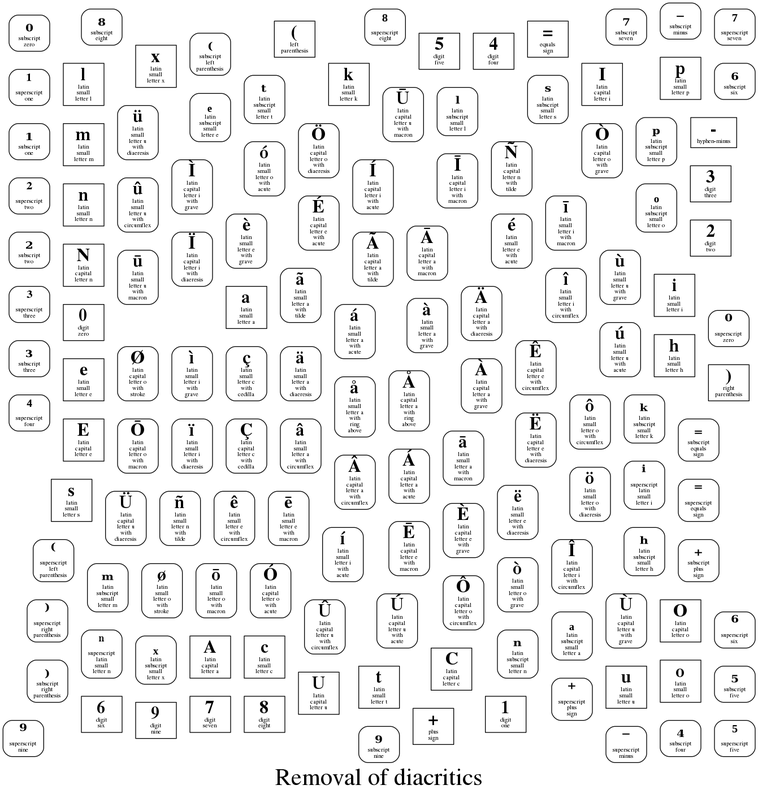
Above: diacritic-removal.png in OpenTaal/diacritic-removal (Graphviz), before the change. Its source is kept beside it as diacritic-removal.gv. Source of this version:
```dot
digraph G {
layout="twopi"
ranksep=1.5
fontsize=32
label="Removal of diacritics"
labelloc="c"
node [shape="box" fontsize=24 ]
"a" [label=<<b>a</b><br/><font point-size="8">latin<br/>small<br/>letter a</font>> ]
"A" [label=<<b>A</b><br/><font point-size="8">latin<br/>capital<br/>letter a</font>> ]
"c" [label=<<b>c</b><br/><font point-size="8">latin<br/>small<br/>letter c</font>> ]
"C" [label=<<b>C</b><br/><font point-size="8">latin<br/>capital<br/>letter c</font>> ]
"e" [label=<<b>e</b><br/><font point-size="8">latin<br/>small<br/>letter e</font>> ]
"E" [label=<<b>E</b><br/><font point-size="8">latin<br/>capital<br/>letter e</font>> ]
"h" [label=<<b>h</b><br/><font point-size="8">latin<br/>small<br/>letter h</font>> ]
"i" [label=<<b>i</b><br/><font point-size="8">latin<br/>small<br/>letter i</font>> ]
"I" [label=<<b>I</b><br/><font point-size="8">latin<br/>capital<br/>letter i</font>> ]
"k" [label=<<b>k</b><br/><font point-size="8">latin<br/>small<br/>letter k</font>> ]
"l" [label=<<b>l</b><br/><font point-size="8">latin<br/>small<br/>letter l</font>> ]
"m" [label=<<b>m</b><br/><font point-size="8">latin<br/>small<br/>letter m</font>> ]
"n" [label=<<b>n</b><br/><font point-size="8">latin<br/>small<br/>letter n</font>> ]
"N" [label=<<b>N</b><br/><font point-size="8">latin<br/>capital<br/>letter n</font>> ]
"o" [label=<<b>o</b><br/><font point-size="8">latin<br/>small<br/>letter o</font>> ]
"O" [label=<<b>O</b><br/><font point-size="8">latin<br/>capital<br/>letter o</font>> ]
"p" [label=<<b>p</b><br/><font point-size="8">latin<br/>small<br/>letter p</font>> ]
"s" [label=<<b>s</b><br/><font point-size="8">latin<br/>small<br/>letter s</font>> ]
"t" [label=<<b>t</b><br/><font point-size="8">latin<br/>small<br/>letter t</font>> ]
"u" [label=<<b>u</b><br/><font point-size="8">latin<br/>small<br/>letter u</font>> ]
"U" [label=<<b>U</b><br/><font point-size="8">latin<br/>capital<br/>letter u</font>> ]
"x" [label=<<b>x</b><br/><font point-size="8">latin<br/>small<br/>letter x</font>> ]
"0" [label=<<b>0</b><br/><font point-size="8">digit<br/>zero</font>> ]
"1" [label=<<b>1</b><br/><font point-size="8">digit<br/>one</font>> ]
"2" [label=<<b>2</b><br/><font point-size="8">digit<br/>two</font>> ]
"3" [label=<<b>3</b><br/><font point-size="8">digit<br/>three</font>> ]
"4" [label=<<b>4</b><br/><font point-size="8">digit<br/>four</font>> ]
"5" [label=<<b>5</b><br/><font point-size="8">digit<br/>five</font>> ]
"6" [label=<<b>6</b><br/><font point-size="8">digit<br/>six</font>> ]
"7" [label=<<b>7</b><br/><font point-size="8">digit<br/>seven</font>> ]
"8" [label=<<b>8</b><br/><font point-size="8">digit<br/>eight</font>> ]
"9" [label=<<b>9</b><br/><font point-size="8">digit<br/>nine</font>> ]
"+" [label=<<b>+</b><br/><font point-size="8">plus<br/>sign</font>> ]
"-" [label=<<b>-</b><br/><font point-size="8">hyphen-minus</font>> ]
"=" [label=<<b>=</b><br/><font point-size="8">equals<br/>sign</font>> ]
"(" [label=<<b>(</b><br/><font point-size="8">left<br/>parenthesis</font>> ]
")" [label=<<b>)</b><br/><font point-size="8">right<br/>parenthesis</font>> ]
node [style="rounded" ]
"ₐ" [label=<<b>ₐ</b><br/><font point-size="8">latin<br/>subscript<br/>small<br/>letter a</font>> ]
"á" [label=<<b>á</b><br/><font point-size="8">latin<br/>small<br/>letter a<br/>with<br/>acute</font>> ]
"à" [label=<<b>à</b><br/><font point-size="8">latin<br/>small<br/>letter a<br/>with<br/>grave</font>> ]
"ä" [label=<<b>ä</b><br/><font point-size="8">latin<br/>small<br/>letter a<br/>with<br/>diaeresis</font>> ]
"â" [label=<<b>â</b><br/><font point-size="8">latin<br/>small<br/>letter a<br/>with<br/>circumflex</font>> ]
"å" [label=<<b>å</b><br/><font point-size="8">latin<br/>small<br/>letter a<br/>with<br/>ring<br/>above</font>> ]
"ã" [label=<<b>ã</b><br/><font point-size="8">latin<br/>small<br/>letter a<br/>with<br/>tilde</font>> ]
"ā" [label=<<b>ā</b><br/><font point-size="8">latin<br/>small<br/>letter a<br/>with<br/>macron</font>> ]
"Á" [label=<<b>Á</b><br/><font point-size="8">latin<br/>capital<br/>letter a<br/>with<br/>acute</font>> ]
"À" [label=<<b>À</b><br/><font point-size="8">latin<br/>capital<br/>letter a<br/>with<br/>grave</font>> ]
"Ä" [label=<<b>Ä</b><br/><font point-size="8">latin<br/>capital<br/>letter a<br/>with<br/>diaeresis</font>> ]
"Â" [label=<<b>Â</b><br/><font point-size="8">latin<br/>capital<br/>letter a<br/>with<br/>circumflex</font>> ]
"Å" [label=<<b>Å</b><br/><font point-size="8">latin<br/>capital<br/>letter a<br/>with<br/>ring<br/>above</font>> ]
"Ã" [label=<<b>Ã</b><br/><font point-size="8">latin<br/>capital<br/>letter a<br/>with<br/>tilde</font>> ]
"Ā" [label=<<b>Ā</b><br/><font point-size="8">latin<br/>capital<br/>letter a<br/>with<br/>macron</font>> ]
"ç" [label=<<b>ç</b><br/><font point-size="8">latin<br/>small<br/>letter c<br/>with<br/>cedilla</font>> ]
"Ç" [label=<<b>Ç</b><br/><font point-size="8">latin<br/>capital<br/>letter c<br/>with<br/>cedilla</font>> ]
"ₑ" [label=<<b>ₑ</b><br/><font point-size="8">latin<br/>subscript<br/>small<br/>letter e</font>> ]
"é" [label=<<b>é</b><br/><font point-size="8">latin<br/>small<br/>letter e<br/>with<br/>acute</font>> ]
"è" [label=<<b>è</b><br/><font point-size="8">latin<br/>small<br/>letter e<br/>with<br/>grave</font>> ]
"ë" [label=<<b>ë</b><br/><font point-size="8">latin<br/>small<br/>letter e<br/>with<br/>diaeresis</font>> ]
"ê" [label=<<b>ê</b><br/><font point-size="8">latin<br/>small<br/>letter e<br/>with<br/>circumflex</font>> ]
"ē" [label=<<b>ē</b><br/><font point-size="8">latin<br/>small<br/>letter e<br/>with<br/>macron</font>> ]
"É" [label=<<b>É</b><br/><font point-size="8">latin<br/>capital<br/>letter e<br/>with<br/>acute</font>> ]
"È" [label=<<b>È</b><br/><font point-size="8">latin<br/>capital<br/>letter e<br/>with<br/>grave</font>> ]
"Ë" [label=<<b>Ë</b><br/><font point-size="8">latin<br/>capital<br/>letter e<br/>with<br/>diaeresis</font>> ]
"Ê" [label=<<b>Ê</b><br/><font point-size="8">latin<br/>capital<br/>letter e<br/>with<br/>circumflex</font>> ]
"Ē" [label=<<b>Ē</b><br/><font point-size="8">latin<br/>capital<br/>letter e<br/>with<br/>macron</font>> ]
"ₕ" [label=<<b>ₕ</b><br/><font point-size="8">latin<br/>subscript<br/>small<br/>letter h</font>> ]
"ⁱ" [label=<<b>ⁱ</b><br/><font point-size="8">superscript<br/>latin<br/>small<br/>letter i</font>> ]
"í" [label=<<b>í</b><br/><font point-size="8">latin<br/>small<br/>letter i<br/>with<br/>acute</font>> ]
"ì" [label=<<b>ì</b><br/><font point-size="8">latin<br/>small<br/>letter i<br/>with<br/>grave</font>> ]
"ï" [label=<<b>ï</b><br/><font point-size="8">latin<br/>small<br/>letter i<br/>with<br/>diaeresis</font>> ]
"î" [label=<<b>î</b><br/><font point-size="8">latin<br/>small<br/>letter i<br/>with<br/>circumflex</font>> ]
"ī" [label=<<b>ī</b><br/><font point-size="8">latin<br/>small<br/>letter i<br/>with<br/>macron</font>> ]
"Í" [label=<<b>Í</b><br/><font point-size="8">latin<br/>capital<br/>letter i<br/>with<br/>acute</font>> ]
"Ì" [label=<<b>Ì</b><br/><font point-size="8">latin<br/>capital<br/>letter i<br/>with<br/>grave</font>> ]
"Ï" [label=<<b>Ï</b><br/><font point-size="8">latin<br/>capital<br/>letter i<br/>with<br/>diaeresis</font>> ]
"Î" [label=<<b>Î</b><br/><font point-size="8">latin<br/>capital<br/>letter i<br/>with<br/>circumflex</font>> ]
"Ī" [label=<<b>Ī</b><br/><font point-size="8">latin<br/>capital<br/>letter i<br/>with<br/>macron</font>> ]
"ₖ" [label=<<b>ₖ</b><br/><font point-size="8">latin<br/>subscript<br/>small<br/>letter k</font>> ]
"ₗ" [label=<<b>ₗ</b><br/><font point-size="8">latin<br/>subscript<br/>small<br/>letter l</font>> ]
"ₘ" [label=<<b>ₘ</b><br/><font point-size="8">latin<br/>subscript<br/>small<br/>letter m</font>> ]
"ⁿ" [label=<<b>ⁿ</b><br/><font point-size="8">superscript<br/>latin<br/>small<br/>letter n</font>> ]
"ₙ" [label=<<b>ₙ</b><br/><font point-size="8">latin<br/>subscript<br/>small<br/>letter n</font>> ]
"ñ" [label=<<b>ñ</b><br/><font point-size="8">latin<br/>small<br/>letter n<br/>with<br/>tilde</font>> ]
"Ñ" [label=<<b>Ñ</b><br/><font point-size="8">latin<br/>capital<br/>letter n<br/>with<br/>tilde</font>> ]
"ₒ" [label=<<b>ₒ</b><br/><font point-size="8">latin<br/>subscript<br/>small<br/>letter o</font>> ]
"ó" [label=<<b>ó</b><br/><font point-size="8">latin<br/>small<br/>letter o<br/>with<br/>acute</font>> ]
"ò" [label=<<b>ò</b><br/><font point-size="8">latin<br/>small<br/>letter o<br/>with<br/>grave</font>> ]
"ö" [label=<<b>ö</b><br/><font point-size="8">latin<br/>small<br/>letter o<br/>with<br/>diaeresis</font>> ]
"ô" [label=<<b>ô</b><br/><font point-size="8">latin<br/>small<br/>letter o<br/>with<br/>circumflex</font>> ]
"ø" [label=<<b>ø</b><br/><font point-size="8">latin<br/>small<br/>letter o<br/>with<br/>stroke</font>> ]
"ō" [label=<<b>ō</b><br/><font point-size="8">latin<br/>small<br/>letter o<br/>with<br/>macron</font>> ]
"Ó" [label=<<b>Ó</b><br/><font point-size="8">latin<br/>capital<br/>letter o<br/>with<br/>acute</font>> ]
"Ò" [label=<<b>Ò</b><br/><font point-size="8">latin<br/>capital<br/>letter o<br/>with<br/>grave</font>> ]
"Ö" [label=<<b>Ö</b><br/><font point-size="8">latin<br/>capital<br/>letter o<br/>with<br/>diaeresis</font>> ]
"Ô" [label=<<b>Ô</b><br/><font point-size="8">latin<br/>capital<br/>letter o<br/>with<br/>circumflex</font>> ]
"Ø" [label=<<b>Ø</b><br/><font point-size="8">latin<br/>capital<br/>letter o<br/>with<br/>stroke</font>> ]
"Ō" [label=<<b>Ō</b><br/><font point-size="8">latin<br/>capital<br/>letter o<br/>with<br/>macron</font>> ]
"ₚ" [label=<<b>ₚ</b><br/><font point-size="8">latin<br/>subscript<br/>small<br/>letter p</font>> ]
"ₛ" [label=<<b>ₛ</b><br/><font point-size="8">latin<br/>subscript<br/>small<br/>letter s</font>> ]
"ₜ" [label=<<b>ₜ</b><br/><font point-size="8">latin<br/>subscript<br/>small<br/>letter t</font>> ]
"ú" [label=<<b>ú</b><br/><font point-size="8">latin<br/>small<br/>letter u<br/>with<br/>acute</font>> ]
"ù" [label=<<b>ù</b><br/><font point-size="8">latin<br/>small<br/>letter u<br/>with<br/>grave</font>> ]
"ü" [label=<<b>ü</b><br/><font point-size="8">latin<br/>small<br/>letter u<br/>with<br/>diaeresis</font>> ]
"û" [label=<<b>û</b><br/><font point-size="8">latin<br/>small<br/>letter u<br/>with<br/>circumflex</font>> ]
"ū" [label=<<b>ū</b><br/><font point-size="8">latin<br/>small<br/>letter u<br/>with<br/>macron</font>> ]
"Ú" [label=<<b>Ú</b><br/><font point-size="8">latin<br/>capital<br/>letter u<br/>with<br/>acute</font>> ]
"Ù" [label=<<b>Ù</b><br/><font point-size="8">latin<br/>capital<br/>letter u<br/>with<br/>grave</font>> ]
"Ü" [label=<<b>Ü</b><br/><font point-size="8">latin<br/>capital<br/>letter u<br/>with<br/>diaeresis</font>> ]
"Û" [label=<<b>Û</b><br/><font point-size="8">latin<br/>capital<br/>letter u<br/>with<br/>circumflex</font>> ]
"Ū" [label=<<b>Ū</b><br/><font point-size="8">latin<br/>capital<br/>letter u<br/>with<br/>macron</font>> ]
"ₓ" [label=<<b>ₓ</b><br/><font point-size="8">latin<br/>subscript<br/>small<br/>letter x</font>> ]
"⁰" [label=<<b>⁰</b><br/><font point-size="8">superscript<br/>zero</font>> ]
"₀" [label=<<b>₀</b><br/><font point-size="8">subscript<br/>zero</font>> ]
"¹" [label=<<b>¹</b><br/><font point-size="8">superscript<br/>one</font>> ]
"₁" [label=<<b>₁</b><br/><font point-size="8">subscript<br/>one</font>> ]
"²" [label=<<b>²</b><br/><font point-size="8">superscript<br/>two</font>> ]
"₂" [label=<<b>₂</b><br/><font point-size="8">subscript<br/>two</font>> ]
"³" [label=<<b>³</b><br/><font point-size="8">superscript<br/>three</font>> ]
"₃" [label=<<b>₃</b><br/><font point-size="8">subscript<br/>three</font>> ]
"⁴" [label=<<b>⁴</b><br/><font point-size="8">superscript<br/>four</font>> ]
"₄" [label=<<b>₄</b><br/><font point-size="8">subscript<br/>four</font>> ]
"⁵" [label=<<b>⁵</b><br/><font point-size="8">superscript<br/>five</font>> ]
"₅" [label=<<b>₅</b><br/><font point-size="8">subscript<br/>five</font>> ]
"⁶" [label=<<b>⁶</b><br/><font point-size="8">superscript<br/>six</font>> ]
"₆" [label=<<b>₆</b><br/><font point-size="8">subscript<br/>six</font>> ]
"⁷" [label=<<b>⁷</b><br/><font point-size="8">superscript<br/>seven</font>> ]
"₇" [label=<<b>₇</b><br/><font point-size="8">subscript<br/>seven</font>> ]
"⁸" [label=<<b>⁸</b><br/><font point-size="8">superscript<br/>eight</font>> ]
"₈" [label=<<b>₈</b><br/><font point-size="8">subscript<br/>eight</font>> ]
"⁹" [label=<<b>⁹</b><br/><font point-size="8">superscript<br/>nine</font>> ]
"₉" [label=<<b>₉</b><br/><font point-size="8">subscript<br/>nine</font>> ]
"⁺" [label=<<b>⁺</b><br/><font point-size="8">superscript<br/>plus<br/>sign</font>> ]
"₊" [label=<<b>₊</b><br/><font point-size="8">subscript<br/>plus<br/>sign</font>> ]
"⁻" [label=<<b>⁻</b><br/><font point-size="8">superscript<br/>minus</font>> ]
"₋" [label=<<b>₋</b><br/><font point-size="8">subscript<br/>minus</font>> ]
"⁼" [label=<<b>⁼</b><br/><font point-size="8">superscript<br/>equals<br/>sign</font>> ]
"₌" [label=<<b>₌</b><br/><font point-size="8">subscript<br/>equals<br/>sign</font>> ]
"⁽" [label=<<b>⁽</b><br/><font point-size="8">superscript<br/>left<br/>parenthesis</font>> ]
"₍" [label=<<b>₍</b><br/><font point-size="8">subscript<br/>left<br/>parenthesis</font>> ]
"⁾" [label=<<b>⁾</b><br/><font point-size="8">superscript<br/>right<br/>parenthesis</font>> ]
"₎" [label=<<b>₎</b><br/><font point-size="8">subscript<br/>right<br/>parenthesis</font>> ]
}
```
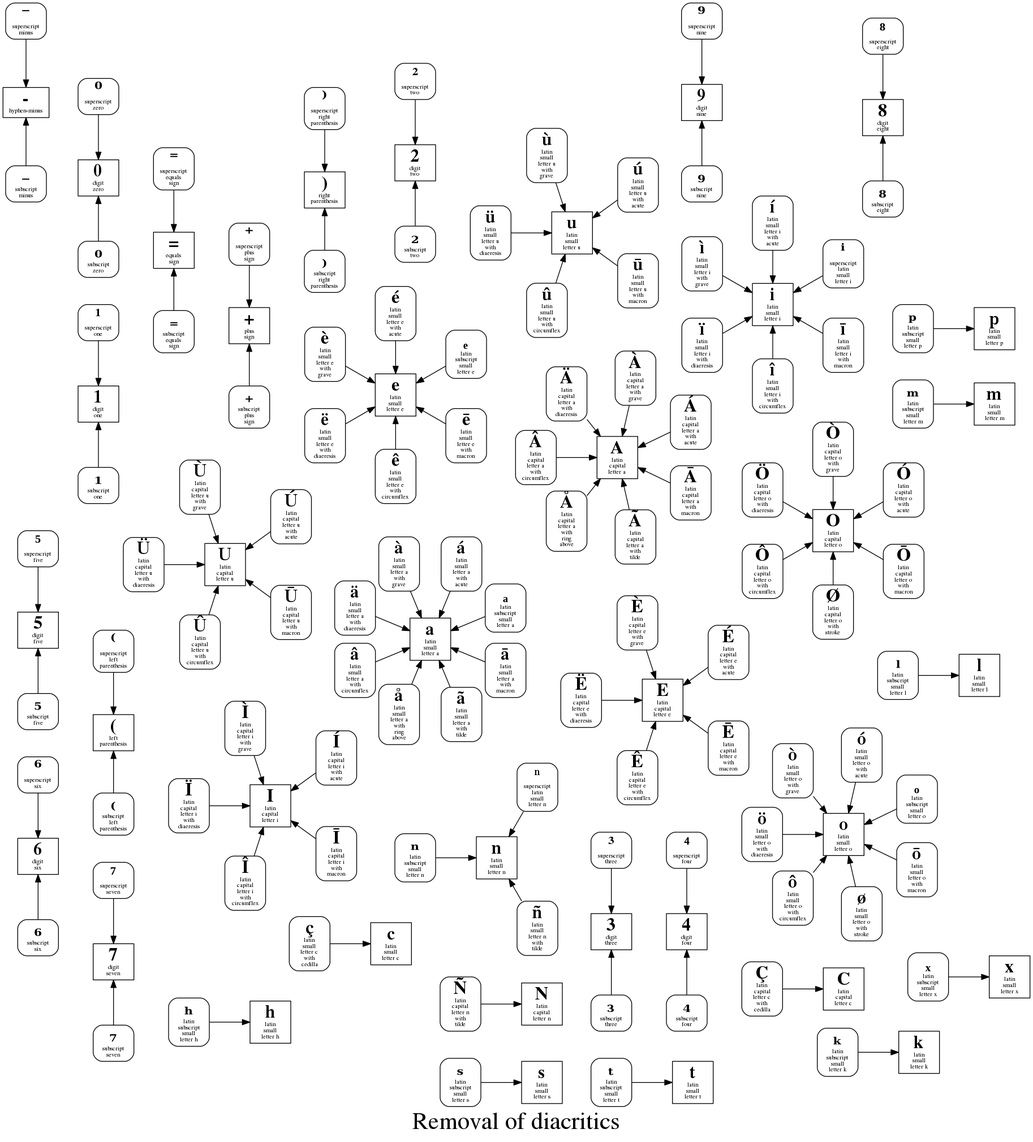
Later version of the same file.

Change to the diagram source:
```diff
@@ -147,4 +147,108 @@
 "₍" [label=<<b>₍</b><br/><font point-size="8">subscript<br/>left<br/>parenthesis</font>> ]
 "⁾" [label=<<b>⁾</b><br/><font point-size="8">superscript<br/>right<br/>parenthesis</font>> ]
 "₎" [label=<<b>₎</b><br/><font point-size="8">subscript<br/>right<br/>parenthesis</font>> ]
+"ₐ" -> "a"
+"á" -> "a"
+"à" -> "a"
+"ä" -> "a"
+"â" -> "a"
+"å" -> "a"
+"ã" -> "a"
+"ā" -> "a"
+"Á" -> "A"
+"À" -> "A"
+"Ä" -> "A"
+"Â" -> "A"
+"Å" -> "A"
+"Ã" -> "A"
+"Ā" -> "A"
+"ç" -> "c"
+"Ç" -> "C"
+"ₑ" -> "e"
+"é" -> "e"
+"è" -> "e"
+"ë" -> "e"
+"ê" -> "e"
+"ē" -> "e"
+"É" -> "E"
+"È" -> "E"
+"Ë" -> "E"
+"Ê" -> "E"
+"Ē" -> "E"
+"ₕ" -> "h"
+"ⁱ" -> "i"
+"í" -> "i"
+"ì" -> "i"
+"ï" -> "i"
+"î" -> "i"
+"ī" -> "i"
+"Í" -> "I"
+"Ì" -> "I"
+"Ï" -> "I"
+"Î" -> "I"
+"Ī" -> "I"
+"ₖ" -> "k"
+"ₗ" -> "l"
+"ₘ" -> "m"
+"ⁿ" -> "n"
+"ₙ" -> "n"
+"ñ" -> "n"
+"Ñ" -> "N"
+"ₒ" -> "o"
+"ó" -> "o"
+"ò" -> "o"
+"ö" -> "o"
+"ô" -> "o"
+"ø" -> "o"
+"ō" -> "o"
+"Ó" -> "O"
+"Ò" -> "O"
+"Ö" -> "O"
+"Ô" -> "O"
+"Ø" -> "O"
+"Ō" -> "O"
+"ₚ" -> "p"
+"ₛ" -> "s"
+"ₜ" -> "t"
+"ú" -> "u"
+"ù" -> "u"
+"ü" -> "u"
+"û" -> "u"
+"ū" -> "u"
+"Ú" -> "U"
+"Ù" -> "U"
+"Ü" -> "U"
+"Û" -> "U"
+"Ū" -> "U"
+"ₓ" -> "x"
+"⁰" -> "0"
+"₀" -> "0"
+"¹" -> "1"
+"₁" -> "1"
+"²" -> "2"
+"₂" -> "2"
+"³" -> "3"
+"₃" -> "3"
+"⁴" -> "4"
+"₄" -> "4"
+"⁵" -> "5"
+"₅" -> "5"
+"⁶" -> "6"
+"₆" -> "6"
+"⁷" -> "7"
+"₇" -> "7"
+"⁸" -> "8"
+"₈" -> "8"
+"⁹" -> "9"
+"₉" -> "9"
+"⁺" -> "+"
+"₊" -> "+"
+"⁻" -> "-"
+"₋" -> "-"
+"⁼" -> "="
+"₌" -> "="
+"⁽" -> "("
+"₍" -> "("
+"⁾" -> ")"
+"₎" -> ")"
 }
```
